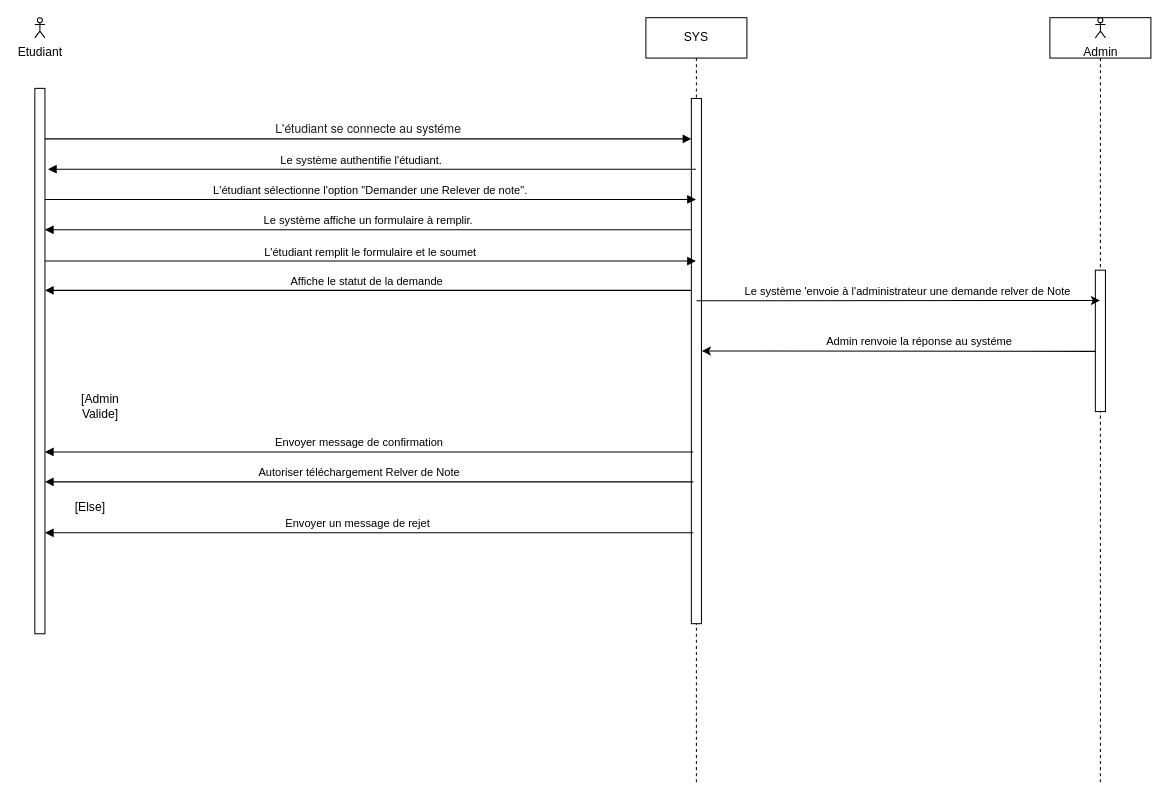
Before: DemnderRelverDeNote.drawio in elm-dak/uml-gestion-scolaire, a draw.io diagram. Source tidied: cells renumbered, new cells numbered last; positions are measured from the earlier drawing's top-left corner, leaving out a move shared by most shapes. Both pictures are drawn from the tidied source at 101%, with x=0, y=0 at pixel (34, 17).
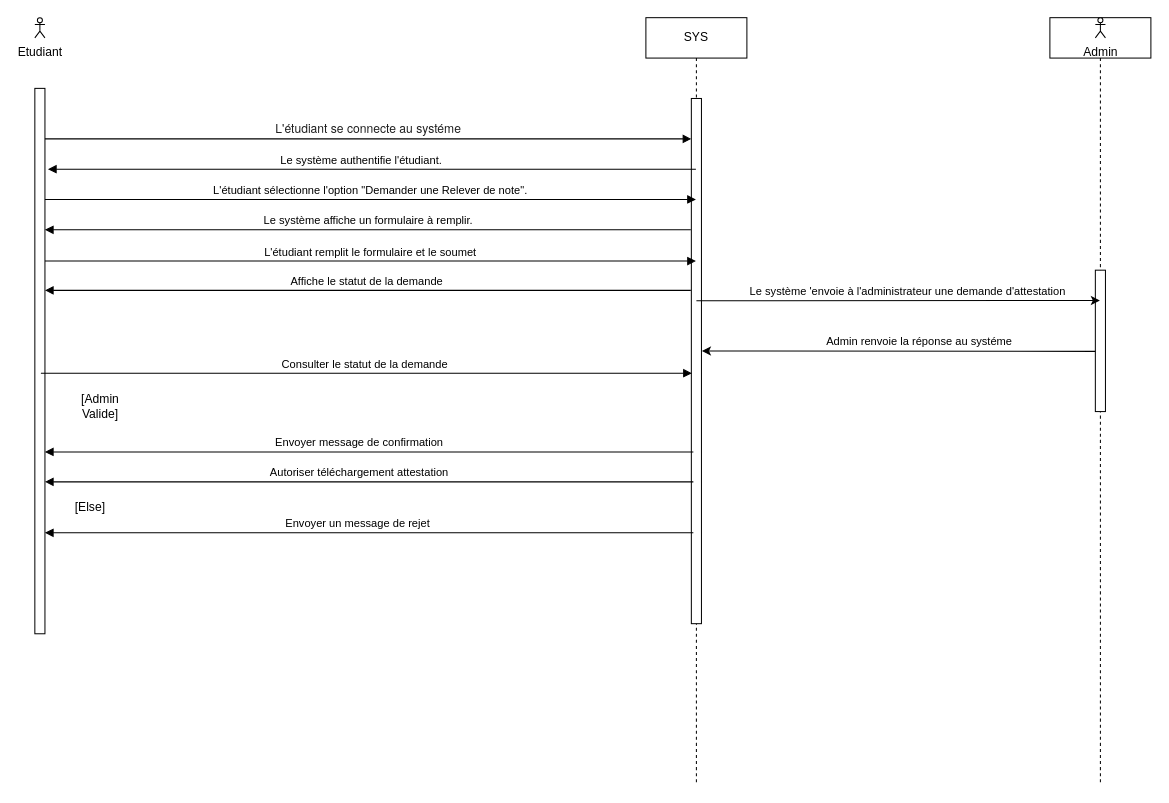
After the change.

Unchanged cells that the change refers to:
```xml
<mxCell id="17" style="edgeStyle=elbowEdgeStyle;rounded=0;jettySize=auto;html=1;elbow=vertical;curved=0;" parent="1" edge="1" target="12">
  <mxGeometry relative="1" as="geometry">
    <mxPoint x="655" y="280.3" as="sourcePoint" />
  </mxGeometry>
</mxCell>
<mxCell id="22" style="html=1;verticalAlign=bottom;endArrow=block;edgeStyle=elbowEdgeStyle;elbow=vertical;curved=0;rounded=0;" parent="1" edge="1">
  <mxGeometry relative="1" as="geometry">
    <mxPoint x="652" y="459.6" as="sourcePoint" />
    <mxPoint x="10" y="459.6" as="targetPoint" />
    <Array as="points">
      <mxPoint x="100" y="459.6" />
    </Array>
  </mxGeometry>
</mxCell>
```

Diff of the diagram source:
```diff
@@
-    <mxCell id="18" value="Le système 'envoie à l'administrateur une demande relver de Note" style="edgeLabel;html=1;align=center;verticalAlign=middle;" parent="17" vertex="1">
+    <mxCell id="18" value="Le système 'envoie à l'administrateur une demande d'attestation" style="edgeLabel;html=1;align=center;verticalAlign=middle;" parent="17" vertex="1">
       <mxGeometry x="0.06" y="1" relative="1" as="geometry">
         <mxPoint x="-3" y="-9" as="offset" />
       </mxGeometry>
     </mxCell>
@@
-    <mxCell id="23" value="Autoriser téléchargement Relver de Note" style="edgeLabel;html=1;align=center;verticalAlign=middle;" parent="22" vertex="1">
+    <mxCell id="23" value="Autoriser téléchargement attestation" style="edgeLabel;html=1;align=center;verticalAlign=middle;" parent="22" vertex="1">
       <mxGeometry x="0.04" y="4" relative="1" as="geometry">
         <mxPoint x="2" y="-14" as="offset" />
       </mxGeometry>
     </mxCell>
@@
+    <mxCell id="28" value="Consulter le statut de la demande&amp;nbsp;" style="html=1;verticalAlign=bottom;endArrow=block;edgeStyle=elbowEdgeStyle;elbow=vertical;curved=0;rounded=0;" parent="1" edge="1">
+      <mxGeometry relative="1" as="geometry">
+        <mxPoint x="6" y="352" as="sourcePoint" />
+        <mxPoint x="650.5" y="352" as="targetPoint" />
+        <Array as="points">
+          <mxPoint x="91" y="352" />
+        </Array>
+      </mxGeometry>
+    </mxCell>
```
